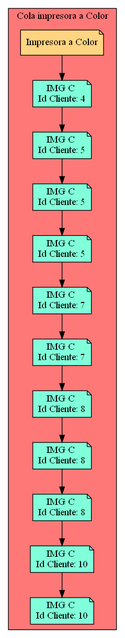
Serch-ING/EDD_UDRAWING_202000119 keeps this Graphviz diagram as Cola_Print_color.png. Above is the earlier version. Its source is kept beside it as Cola_Print_color.dot.
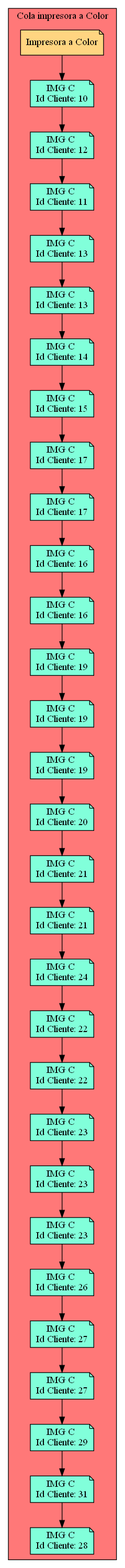
After the change.

Change to the diagram source:
```diff
@@ -3,47 +3,119 @@
 subgraph cluster_p{
     label= " Cola impresora a Color "
  raiz[label = "Impresora a Color" fillcolor="#FFD581" ]    bgcolor = "#FF7878"
-Nodo686466458[label="IMG C
-Id Cliente: 4",fillcolor="#81FFDA"]
-Nodo1642030774[label="IMG C
-Id Cliente: 5",fillcolor="#81FFDA"]
-Nodo1357563986[label="IMG C
-Id Cliente: 5",fillcolor="#81FFDA"]
-Nodo384587033[label="IMG C
-Id Cliente: 5",fillcolor="#81FFDA"]
-Nodo959869407[label="IMG C
-Id Cliente: 7",fillcolor="#81FFDA"]
-Nodo1449263511[label="IMG C
-Id Cliente: 7",fillcolor="#81FFDA"]
-Nodo452805835[label="IMG C
-Id Cliente: 8",fillcolor="#81FFDA"]
-Nodo1769190683[label="IMG C
-Id Cliente: 8",fillcolor="#81FFDA"]
-Nodo447981768[label="IMG C
-Id Cliente: 8",fillcolor="#81FFDA"]
-Nodo1932831450[label="IMG C
+Nodo350068407[label="IMG C
 Id Cliente: 10",fillcolor="#81FFDA"]
-Nodo496729294[label="IMG C
-Id Cliente: 10",fillcolor="#81FFDA"]
+Nodo1021436681[label="IMG C
+Id Cliente: 12",fillcolor="#81FFDA"]
+Nodo1790585734[label="IMG C
+Id Cliente: 11",fillcolor="#81FFDA"]
+Nodo842741472[label="IMG C
+Id Cliente: 13",fillcolor="#81FFDA"]
+Nodo1156304131[label="IMG C
+Id Cliente: 13",fillcolor="#81FFDA"]
+Nodo1332668132[label="IMG C
+Id Cliente: 14",fillcolor="#81FFDA"]
+Nodo1496355635[label="IMG C
+Id Cliente: 15",fillcolor="#81FFDA"]
+Nodo1499136125[label="IMG C
+Id Cliente: 17",fillcolor="#81FFDA"]
+Nodo1926343982[label="IMG C
+Id Cliente: 17",fillcolor="#81FFDA"]
+Nodo762476028[label="IMG C
+Id Cliente: 16",fillcolor="#81FFDA"]
+Nodo966739377[label="IMG C
+Id Cliente: 16",fillcolor="#81FFDA"]
+Nodo361571968[label="IMG C
+Id Cliente: 19",fillcolor="#81FFDA"]
+Nodo2005169944[label="IMG C
+Id Cliente: 19",fillcolor="#81FFDA"]
+Nodo2134607032[label="IMG C
+Id Cliente: 19",fillcolor="#81FFDA"]
+Nodo1470344997[label="IMG C
+Id Cliente: 20",fillcolor="#81FFDA"]
+Nodo1226020905[label="IMG C
+Id Cliente: 21",fillcolor="#81FFDA"]
+Nodo156856360[label="IMG C
+Id Cliente: 21",fillcolor="#81FFDA"]
+Nodo319644606[label="IMG C
+Id Cliente: 24",fillcolor="#81FFDA"]
+Nodo1118078504[label="IMG C
+Id Cliente: 22",fillcolor="#81FFDA"]
+Nodo691690486[label="IMG C
+Id Cliente: 22",fillcolor="#81FFDA"]
+Nodo1083962448[label="IMG C
+Id Cliente: 23",fillcolor="#81FFDA"]
+Nodo953742666[label="IMG C
+Id Cliente: 23",fillcolor="#81FFDA"]
+Nodo1239759990[label="IMG C
+Id Cliente: 23",fillcolor="#81FFDA"]
+Nodo883151184[label="IMG C
+Id Cliente: 26",fillcolor="#81FFDA"]
+Nodo447718425[label="IMG C
+Id Cliente: 27",fillcolor="#81FFDA"]
+Nodo1206569586[label="IMG C
+Id Cliente: 27",fillcolor="#81FFDA"]
+Nodo1427381743[label="IMG C
+Id Cliente: 29",fillcolor="#81FFDA"]
+Nodo1047087935[label="IMG C
+Id Cliente: 31",fillcolor="#81FFDA"]
+Nodo464887938[label="IMG C
+Id Cliente: 28",fillcolor="#81FFDA"]
 
-raiz->Nodo686466458
-Nodo686466458 -> Nodo1642030774
+raiz->Nodo350068407
+Nodo350068407 -> Nodo1021436681
 
-Nodo1642030774 -> Nodo1357563986
+Nodo1021436681 -> Nodo1790585734
 
-Nodo1357563986 -> Nodo384587033
+Nodo1790585734 -> Nodo842741472
 
-Nodo384587033 -> Nodo959869407
+Nodo842741472 -> Nodo1156304131
 
-Nodo959869407 -> Nodo1449263511
+Nodo1156304131 -> Nodo1332668132
 
-Nodo1449263511 -> Nodo452805835
+Nodo1332668132 -> Nodo1496355635
 
-Nodo452805835 -> Nodo1769190683
+Nodo1496355635 -> Nodo1499136125
 
-Nodo1769190683 -> Nodo447981768
+Nodo1499136125 -> Nodo1926343982
 
-Nodo447981768 -> Nodo1932831450
+Nodo1926343982 -> Nodo762476028
 
-Nodo1932831450 -> Nodo496729294
+Nodo762476028 -> Nodo966739377
+
+Nodo966739377 -> Nodo361571968
+
+Nodo361571968 -> Nodo2005169944
+
+Nodo2005169944 -> Nodo2134607032
+
+Nodo2134607032 -> Nodo1470344997
+
+Nodo1470344997 -> Nodo1226020905
+
+Nodo1226020905 -> Nodo156856360
+
+Nodo156856360 -> Nodo319644606
+
+Nodo319644606 -> Nodo1118078504
+
+Nodo1118078504 -> Nodo691690486
+
+Nodo691690486 -> Nodo1083962448
+
+Nodo1083962448 -> Nodo953742666
+
+Nodo953742666 -> Nodo1239759990
+
+Nodo1239759990 -> Nodo883151184
+
+Nodo883151184 -> Nodo447718425
+
+Nodo447718425 -> Nodo1206569586
+
+Nodo1206569586 -> Nodo1427381743
+
+Nodo1427381743 -> Nodo1047087935
+
+Nodo1047087935 -> Nodo464887938
 }}
```
